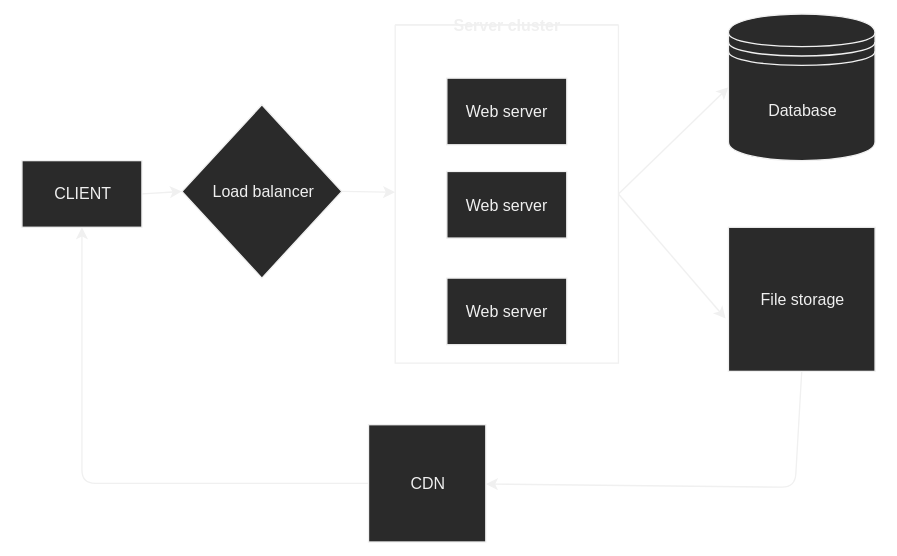
Above: static/blog/img/design_with_cdn.svg in grevyarlesp/homepage (draw.io), before the change. Source tidied: cells renumbered, new cells last; positions are measured from the earlier drawing's top-left corner, leaving out a move shared by most shapes.
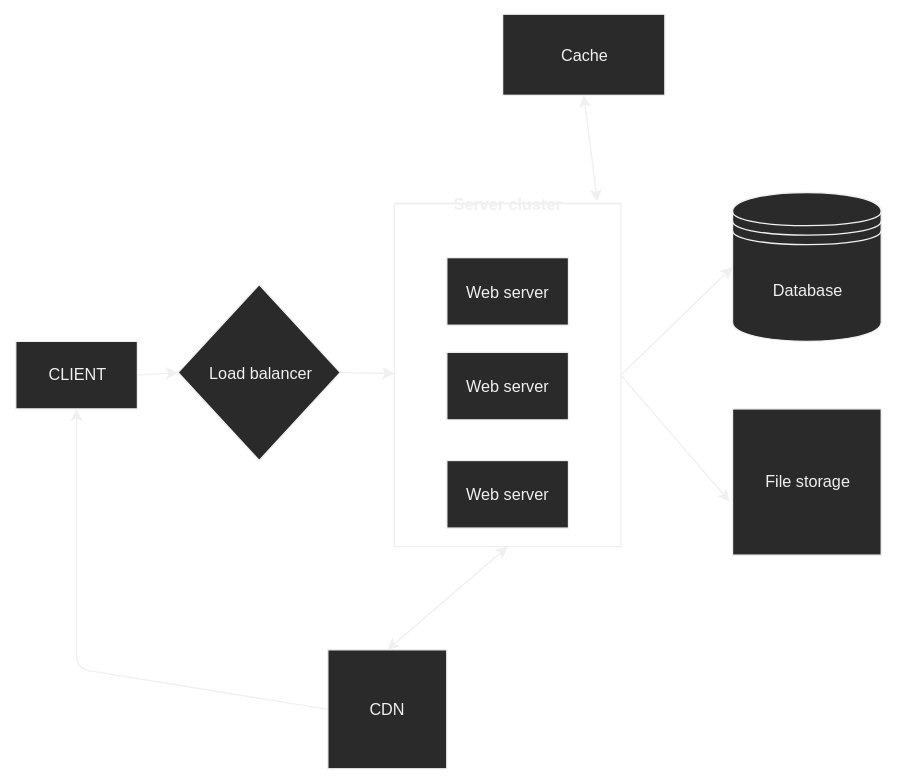
Above is the later version.

Change to the diagram source:
```diff
@@ -11,13 +11,6 @@
     <mxCell id="4" value="Database&lt;br&gt;" style="shape=datastore;whiteSpace=wrap;html=1;" parent="1" vertex="1">
       <mxGeometry x="530" y="-0.1" width="110" height="110" as="geometry" />
     </mxCell>
-    <mxCell id="5" style="edgeStyle=none;html=1;exitX=0.5;exitY=1;exitDx=0;exitDy=0;" parent="1" edge="1" source="6" target="17">
-      <mxGeometry relative="1" as="geometry">
-        <Array as="points">
-          <mxPoint x="580" y="355" />
-        </Array>
-      </mxGeometry>
-    </mxCell>
     <mxCell id="6" value="File storage" style="rounded=0;whiteSpace=wrap;html=1;" parent="1" vertex="1">
       <mxGeometry x="530" y="159.9" width="110" height="108.1" as="geometry" />
     </mxCell>
@@ -56,7 +49,16 @@
       </mxGeometry>
     </mxCell>
     <mxCell id="17" value="CDN" style="whiteSpace=wrap;html=1;" parent="1" vertex="1">
-      <mxGeometry x="260" y="308" width="88" height="88" as="geometry" />
+      <mxGeometry x="230.8" y="338" width="88" height="88" as="geometry" />
     </mxCell>
+    <mxCell id="18" style="endArrow=classic;startArrow=classic;html=1;exitX=0.5;exitY=0;exitDx=0;exitDy=0;entryX=0.5;entryY=1;entryDx=0;entryDy=0;" parent="1" edge="1" source="17" target="15">
+      <mxGeometry relative="1" as="geometry" />
+    </mxCell>
+    <mxCell id="19" style="endArrow=classic;startArrow=classic;html=1;exitX=0.896;exitY=-0.006;exitDx=0;exitDy=0;exitPerimeter=0;entryX=0.5;entryY=1;entryDx=0;entryDy=0;" parent="1" edge="1" source="15" target="20">
+      <mxGeometry relative="1" as="geometry" />
+    </mxCell>
+    <mxCell id="20" value="Cache" style="rounded=0;whiteSpace=wrap;html=1;" parent="1" vertex="1">
+      <mxGeometry x="360" y="-132" width="120" height="60" as="geometry" />
+    </mxCell>
   </root>
 </mxGraphModel>
```
